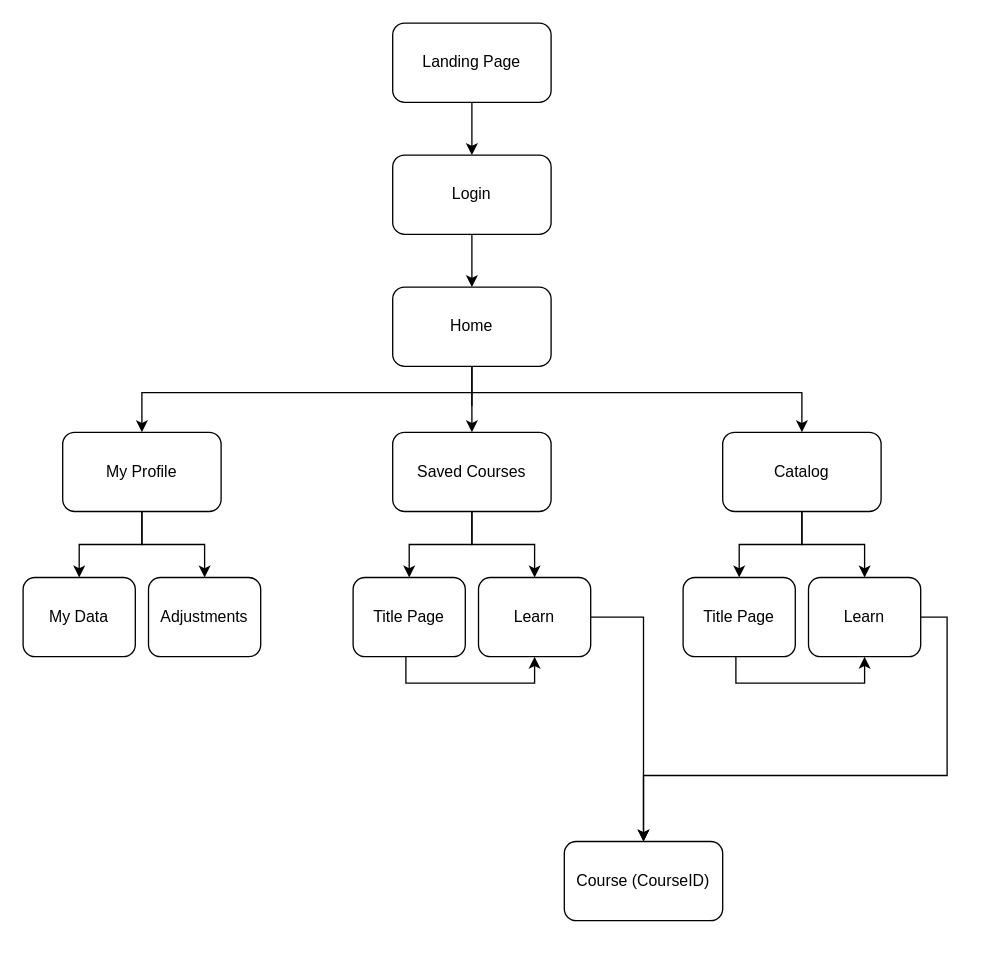
The draw.io diagram NebriAcademy_Routing.drawio in ChaoAlarcon/NebriAcademy, before the edit. Source tidied: cells renumbered, new cells numbered last; positions are measured from the earlier drawing's top-left corner, leaving out a move shared by most shapes. Both pictures are drawn from the tidied source at 132%, with x=0, y=0 at pixel (22, 22).
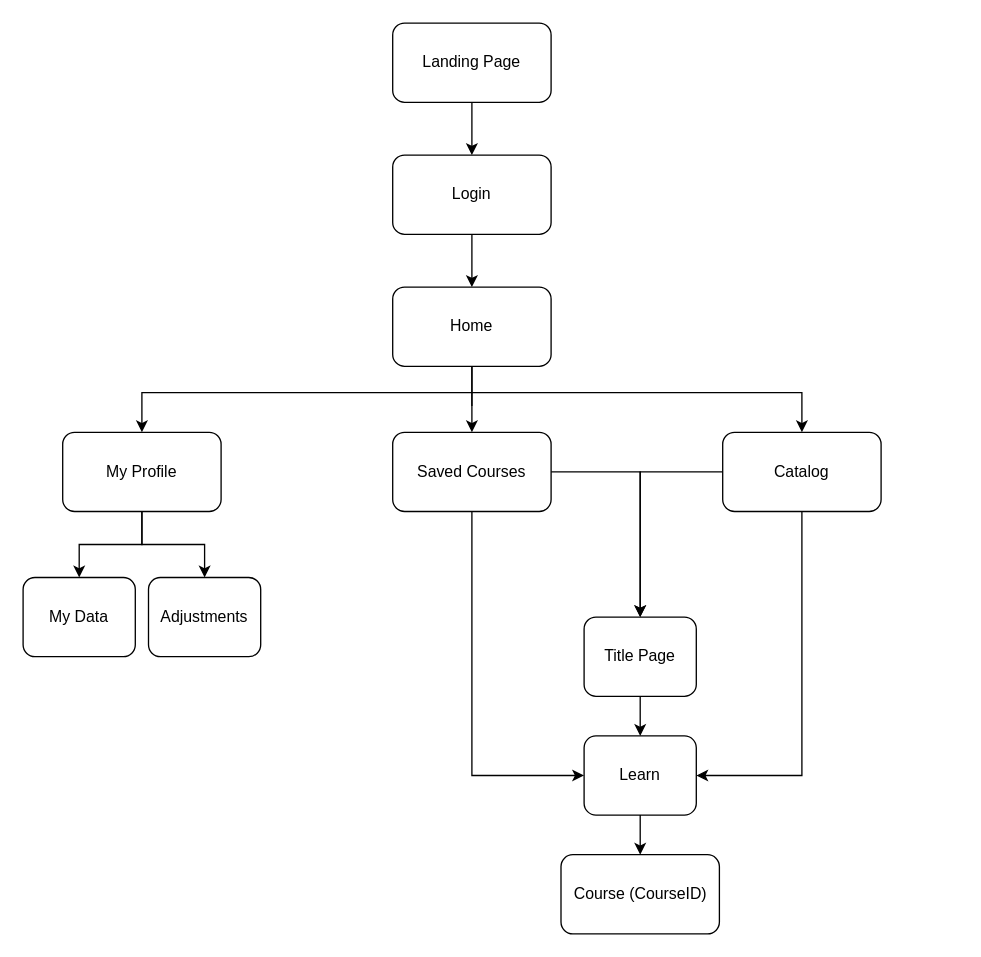
After the change.

The change refers to these unchanged cells:
```xml
<mxCell id="12" value="Saved Courses" style="rounded=1;whiteSpace=wrap;html=1;" parent="1" vertex="1">
  <mxGeometry x="280" y="310" width="120" height="60" as="geometry" />
</mxCell>
<mxCell id="15" value="Catalog" style="rounded=1;whiteSpace=wrap;html=1;" parent="1" vertex="1">
  <mxGeometry x="530" y="310" width="120" height="60" as="geometry" />
</mxCell>
```

The edit, as a diff of the source:
```diff
@@
-    <mxCell id="10" style="edgeStyle=orthogonalEdgeStyle;rounded=0;jettySize=auto;html=1;entryX=0.5;entryY=0;entryDx=0;entryDy=0;" parent="1" edge="1" source="12" target="20">
-      <mxGeometry relative="1" as="geometry" />
-    </mxCell>
-    <mxCell id="11" style="edgeStyle=orthogonalEdgeStyle;rounded=0;jettySize=auto;html=1;" parent="1" edge="1" source="12" target="22">
-      <mxGeometry relative="1" as="geometry" />
-    </mxCell>
+    <mxCell id="30" style="edgeStyle=orthogonalEdgeStyle;rounded=0;jettySize=auto;html=1;entryX=0.5;entryY=0;entryDx=0;entryDy=0;" parent="1" edge="1" source="12" target="26">
+      <mxGeometry relative="1" as="geometry" />
+    </mxCell>
+    <mxCell id="31" style="edgeStyle=orthogonalEdgeStyle;rounded=0;jettySize=auto;html=1;entryX=0;entryY=0.5;entryDx=0;entryDy=0;" parent="1" edge="1" source="12" target="28">
+      <mxGeometry relative="1" as="geometry">
+        <Array as="points">
+          <mxPoint x="340" y="570" />
+        </Array>
+      </mxGeometry>
+    </mxCell>
@@
-    <mxCell id="14" style="edgeStyle=orthogonalEdgeStyle;rounded=0;jettySize=auto;html=1;entryX=0.5;entryY=0;entryDx=0;entryDy=0;" parent="1" edge="1" source="15" target="28">
-      <mxGeometry relative="1" as="geometry" />
+    <mxCell id="14" style="edgeStyle=orthogonalEdgeStyle;rounded=0;jettySize=auto;html=1;entryX=1;entryY=0.5;entryDx=0;entryDy=0;" parent="1" edge="1" source="15" target="28">
+      <mxGeometry relative="1" as="geometry">
+        <Array as="points">
+          <mxPoint x="590" y="570" />
+        </Array>
+      </mxGeometry>
     </mxCell>
@@
-    <mxCell id="19" style="edgeStyle=orthogonalEdgeStyle;rounded=0;jettySize=auto;html=1;entryX=0.5;entryY=1;entryDx=0;entryDy=0;" parent="1" edge="1" source="20" target="22">
-      <mxGeometry relative="1" as="geometry">
-        <Array as="points">
-          <mxPoint x="290" y="500" />
-          <mxPoint x="388" y="500" />
-        </Array>
-      </mxGeometry>
-    </mxCell>
-    <mxCell id="20" value="Title Page" style="rounded=1;whiteSpace=wrap;html=1;" parent="1" vertex="1">
-      <mxGeometry x="250" y="420" width="85" height="60" as="geometry" />
-    </mxCell>
-    <mxCell id="21" style="edgeStyle=orthogonalEdgeStyle;rounded=0;jettySize=auto;html=1;entryX=0.5;entryY=0;entryDx=0;entryDy=0;" parent="1" edge="1" source="22" target="29">
-      <mxGeometry relative="1" as="geometry">
-        <Array as="points">
-          <mxPoint x="470" y="450" />
-        </Array>
-      </mxGeometry>
-    </mxCell>
-    <mxCell id="22" value="Learn" style="rounded=1;whiteSpace=wrap;html=1;" parent="1" vertex="1">
-      <mxGeometry x="345" y="420" width="85" height="60" as="geometry" />
-    </mxCell>
@@
-    <mxCell id="25" style="edgeStyle=orthogonalEdgeStyle;rounded=0;jettySize=auto;html=1;entryX=0.5;entryY=1;entryDx=0;entryDy=0;" parent="1" edge="1" source="26" target="28">
-      <mxGeometry relative="1" as="geometry">
-        <Array as="points">
-          <mxPoint x="540" y="500" />
-          <mxPoint x="638" y="500" />
-        </Array>
-      </mxGeometry>
+    <mxCell id="25" style="edgeStyle=orthogonalEdgeStyle;rounded=0;jettySize=auto;html=1;entryX=0.5;entryY=0;entryDx=0;entryDy=0;" parent="1" edge="1" source="26" target="28">
+      <mxGeometry relative="1" as="geometry" />
     </mxCell>
     <mxCell id="26" value="Title Page" style="rounded=1;whiteSpace=wrap;html=1;" parent="1" vertex="1">
-      <mxGeometry x="500" y="420" width="85" height="60" as="geometry" />
+      <mxGeometry x="425" y="450" width="85" height="60" as="geometry" />
     </mxCell>
-    <mxCell id="27" style="edgeStyle=orthogonalEdgeStyle;rounded=0;jettySize=auto;html=1;entryX=0.5;entryY=0;entryDx=0;entryDy=0;" parent="1" edge="1" source="28" target="29">
-      <mxGeometry relative="1" as="geometry">
-        <Array as="points">
-          <mxPoint x="700" y="450" />
-          <mxPoint x="700" y="570" />
-          <mxPoint x="470" y="570" />
-        </Array>
-      </mxGeometry>
+    <mxCell id="27" style="edgeStyle=orthogonalEdgeStyle;rounded=0;jettySize=auto;html=1;" parent="1" edge="1" source="28" target="29">
+      <mxGeometry relative="1" as="geometry" />
     </mxCell>
     <mxCell id="28" value="Learn" style="rounded=1;whiteSpace=wrap;html=1;" parent="1" vertex="1">
-      <mxGeometry x="595" y="420" width="85" height="60" as="geometry" />
+      <mxGeometry x="425" y="540" width="85" height="60" as="geometry" />
     </mxCell>
     <mxCell id="29" value="Course (CourseID)" style="rounded=1;whiteSpace=wrap;html=1;" parent="1" vertex="1">
-      <mxGeometry x="410" y="620" width="120" height="60" as="geometry" />
+      <mxGeometry x="407.5" y="630" width="120" height="60" as="geometry" />
     </mxCell>
```
